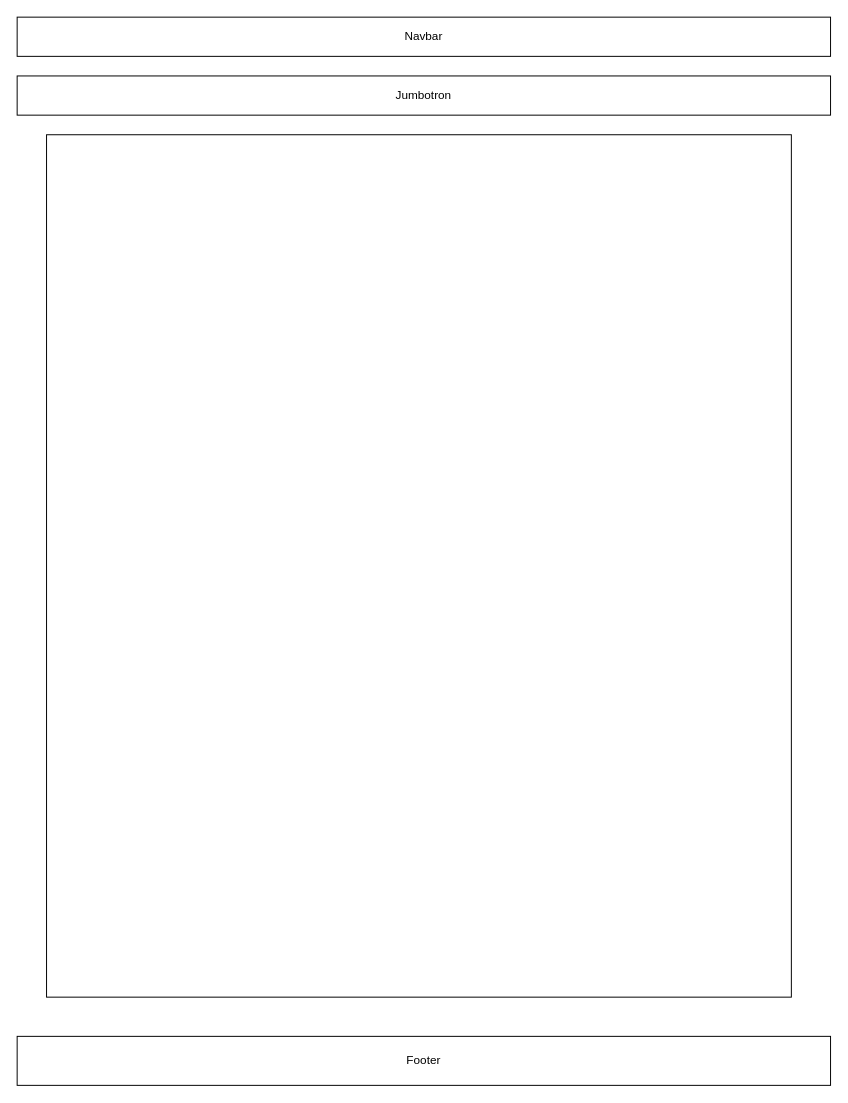
Before: page "BelayPartner" (2 of 9) of Untitled Diagram.drawio in the-master-chefs/rockclimbingapp, a draw.io diagram. Source tidied: cells renumbered, new cells numbered last; positions are measured from the earlier drawing's top-left corner, leaving out a move shared by most shapes. Both pictures are drawn from the tidied source at 98%, with x=0, y=0 at pixel (17, 17).
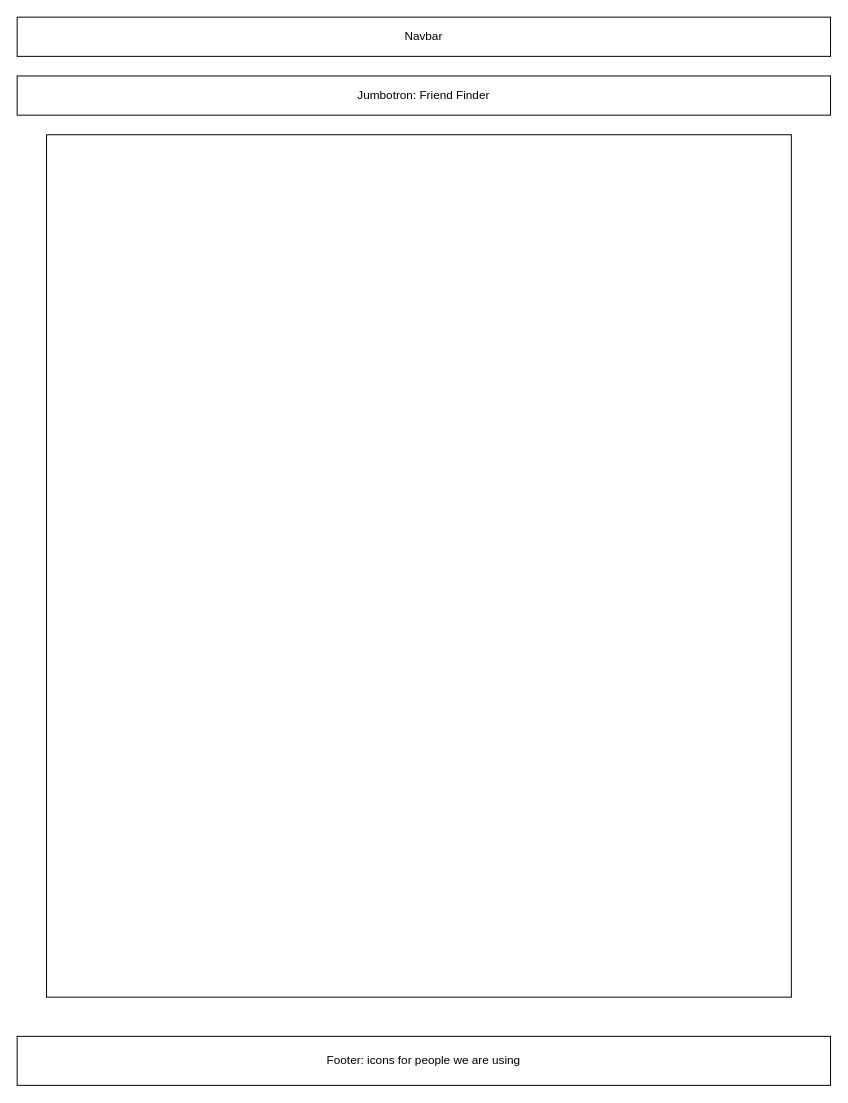
After the change.

What changed in the source:
```diff
@@
 <mxGraphModel>
   <root>
     <mxCell id="0" />
     <mxCell id="1" parent="0" />
     <mxCell id="2" value="Navbar" style="rounded=0;whiteSpace=wrap;html=1;" parent="1" vertex="1">
       <mxGeometry width="830" height="40" as="geometry" />
     </mxCell>
-    <mxCell id="3" value="Jumbotron" style="rounded=0;whiteSpace=wrap;html=1;" parent="1" vertex="1">
+    <mxCell id="3" value="Jumbotron: Friend Finder" style="rounded=0;whiteSpace=wrap;html=1;" parent="1" vertex="1">
       <mxGeometry y="60" width="830" height="40" as="geometry" />
     </mxCell>
-    <mxCell id="4" value="Footer" style="rounded=0;whiteSpace=wrap;html=1;" parent="1" vertex="1">
+    <mxCell id="4" value="Footer: icons for people we are using" style="rounded=0;whiteSpace=wrap;html=1;" parent="1" vertex="1">
       <mxGeometry y="1040" width="830" height="50" as="geometry" />
     </mxCell>
     <mxCell id="5" style="rounded=0;whiteSpace=wrap;html=1;" parent="1" vertex="1">
       <mxGeometry x="30" y="120" width="760" height="880" as="geometry" />
     </mxCell>
   </root>
 </mxGraphModel>
```
